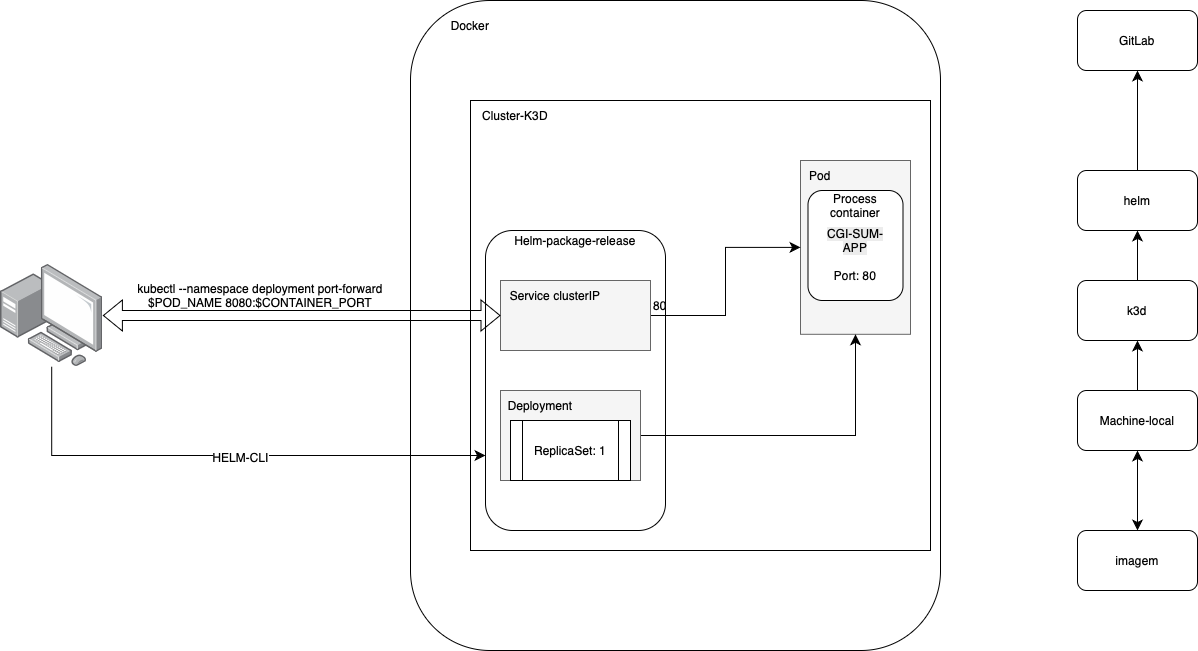
Before: applications/helm-deployment-service.drawio.png, a diagram exported from draw.io (jottakayo/topology-diagrams). Source tidied: cells renumbered, new cells last; positions are measured from the earlier drawing's top-left corner, leaving out a move shared by most shapes.
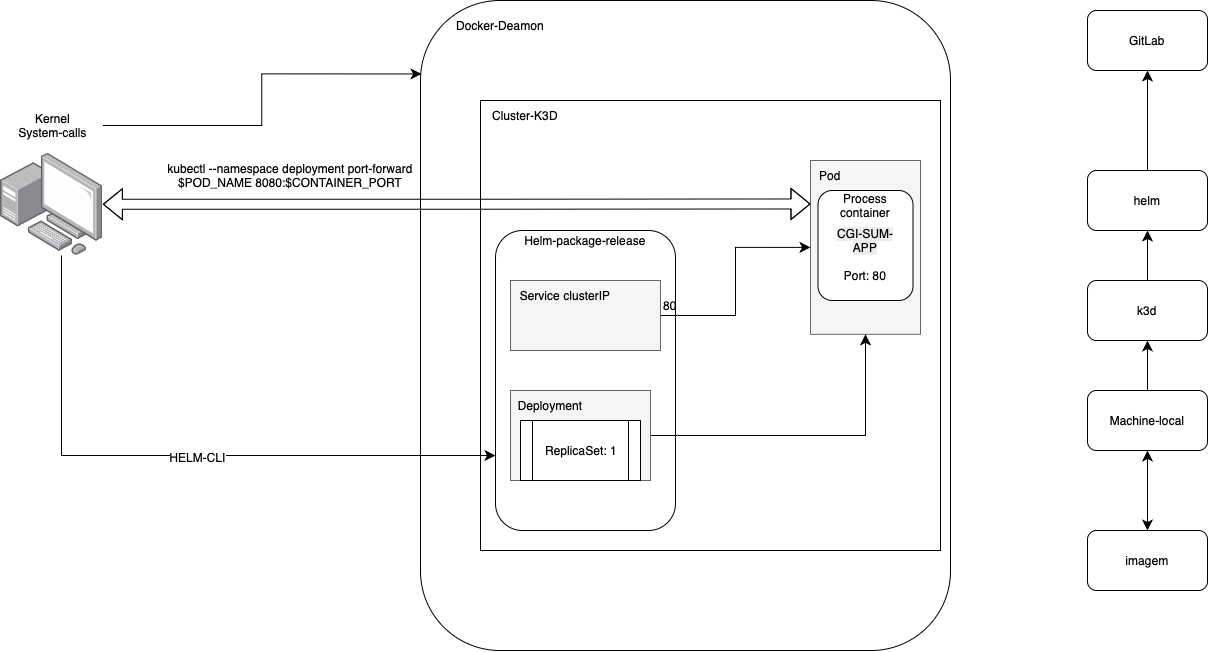
The same file after the commit.

Change to the diagram source:
```diff
@@ -32,8 +32,8 @@
     <mxCell id="11" style="rounded=1;whiteSpace=wrap;html=1;" parent="1" vertex="1">
       <mxGeometry x="410" width="530" height="650" as="geometry" />
     </mxCell>
-    <mxCell id="12" value="Docker" style="text;html=1;align=center;verticalAlign=middle;whiteSpace=wrap;rounded=0;" parent="1" vertex="1">
-      <mxGeometry x="440" y="10" width="60" height="30" as="geometry" />
+    <mxCell id="12" value="Docker-Deamon" style="text;html=1;align=center;verticalAlign=middle;whiteSpace=wrap;rounded=0;" parent="1" vertex="1">
+      <mxGeometry x="440" y="10" width="100" height="30" as="geometry" />
     </mxCell>
     <mxCell id="13" style="rounded=0;whiteSpace=wrap;html=1;" parent="1" vertex="1">
       <mxGeometry x="470" y="100" width="460" height="450" as="geometry" />
@@ -61,7 +61,7 @@
       <mxGeometry x="0.06" y="-1" relative="1" as="geometry" />
     </mxCell>
     <mxCell id="20" style="image;points=[];html=1;align=center;shadow=0;dashed=0;image=img/lib/allied_telesis/computer_and_terminals/Personal_Computer_with_Server.svg;" parent="1" vertex="1">
-      <mxGeometry y="263.8" width="102.4" height="102.4" as="geometry" />
+      <mxGeometry x="-10" y="152.6" width="102.4" height="102.4" as="geometry" />
     </mxCell>
     <mxCell id="21" style="edgeStyle=none;curved=1;rounded=0;orthogonalLoop=1;jettySize=auto;html=1;exitX=0;exitY=1;exitDx=0;exitDy=0;fontSize=12;startSize=8;endSize=8;" parent="1" edge="1" source="15" target="15">
       <mxGeometry relative="1" as="geometry" />
@@ -79,7 +79,7 @@
       <mxGeometry x="825" y="260" width="60" height="30" as="geometry" />
     </mxCell>
     <mxCell id="26" value="kubectl --namespace deployment port-forward $POD_NAME 8080:$CONTAINER_PORT" style="text;html=1;align=center;verticalAlign=middle;whiteSpace=wrap;rounded=0;" parent="1" vertex="1">
-      <mxGeometry x="110" y="280" width="300" height="30" as="geometry" />
+      <mxGeometry x="130" y="160" width="300" height="30" as="geometry" />
     </mxCell>
     <mxCell id="27" style="rounded=1;whiteSpace=wrap;html=1;" parent="1" vertex="1">
       <mxGeometry x="485" y="230" width="180" height="300" as="geometry" />
@@ -102,7 +102,7 @@
     <mxCell id="33" value="ReplicaSet: 1" style="shape=process;whiteSpace=wrap;html=1;backgroundOutline=1;" parent="1" vertex="1">
       <mxGeometry x="510" y="420" width="120" height="60" as="geometry" />
     </mxCell>
-    <mxCell id="34" style="edgeStyle=orthogonalEdgeStyle;rounded=0;jettySize=auto;html=1;fontSize=12;shape=flexArrow;strokeColor=default;flowAnimation=0;entryX=0;entryY=0.5;entryDx=0;entryDy=0;startArrow=block;" parent="1" edge="1" source="20" target="31">
+    <mxCell id="34" style="edgeStyle=orthogonalEdgeStyle;rounded=0;jettySize=auto;html=1;fontSize=12;shape=flexArrow;strokeColor=default;flowAnimation=0;entryX=0;entryY=0.25;entryDx=0;entryDy=0;startArrow=block;" parent="1" edge="1" source="20" target="15">
       <mxGeometry relative="1" as="geometry" />
     </mxCell>
     <mxCell id="35" value="Service clusterIP" style="text;html=1;align=center;verticalAlign=middle;whiteSpace=wrap;rounded=0;" parent="1" vertex="1">
@@ -114,5 +114,11 @@
     <mxCell id="37" value="Helm-package-release" style="text;html=1;align=center;verticalAlign=middle;whiteSpace=wrap;rounded=0;" parent="1" vertex="1">
       <mxGeometry x="510" y="225" width="130" height="30" as="geometry" />
     </mxCell>
+    <mxCell id="38" value="&lt;div&gt;Kernel&lt;br&gt;&lt;/div&gt;&lt;div&gt;System-calls&lt;/div&gt;" style="text;html=1;align=center;verticalAlign=middle;whiteSpace=wrap;rounded=0;" parent="1" vertex="1">
+      <mxGeometry x="-8.2" y="110" width="100.6" height="30" as="geometry" />
+    </mxCell>
+    <mxCell id="39" style="edgeStyle=orthogonalEdgeStyle;rounded=0;jettySize=auto;html=1;entryX=0.002;entryY=0.113;entryDx=0;entryDy=0;entryPerimeter=0;fontSize=12;startSize=8;endSize=8;" parent="1" edge="1" source="38" target="11">
+      <mxGeometry relative="1" as="geometry" />
+    </mxCell>
   </root>
 </mxGraphModel>
```
